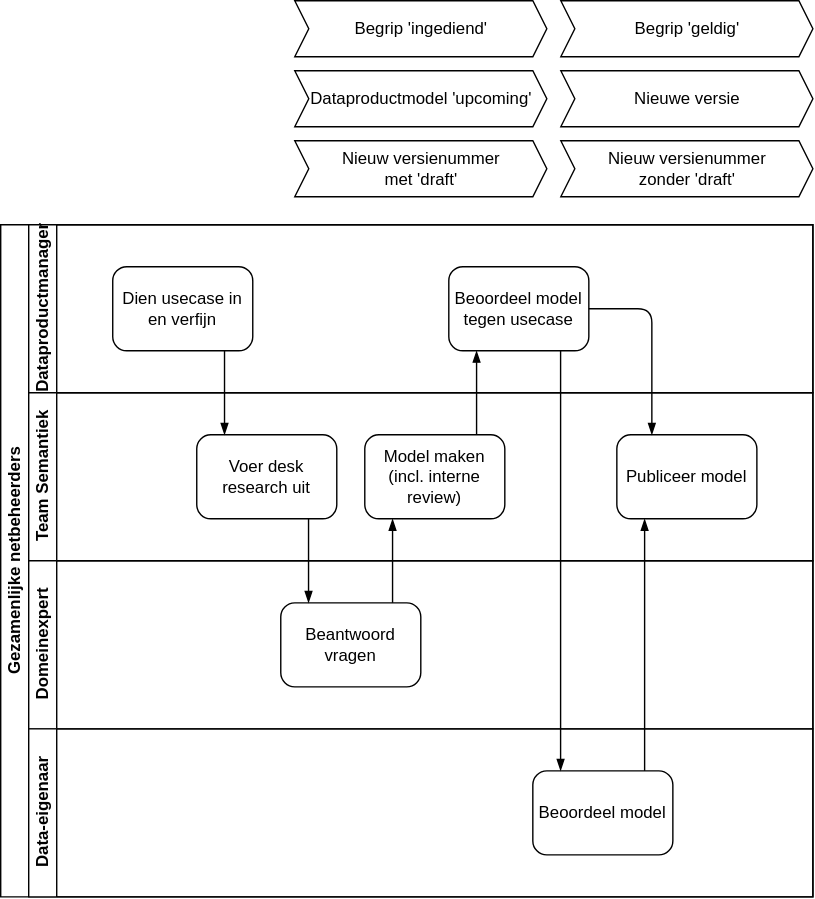
Before: docs/assets/images/proces.drawio.svg, a diagram exported from draw.io (Netbeheer-Nederland/stelsel). Source tidied: cells renumbered, new cells last; positions are measured from the earlier drawing's top-left corner, leaving out a move shared by most shapes.
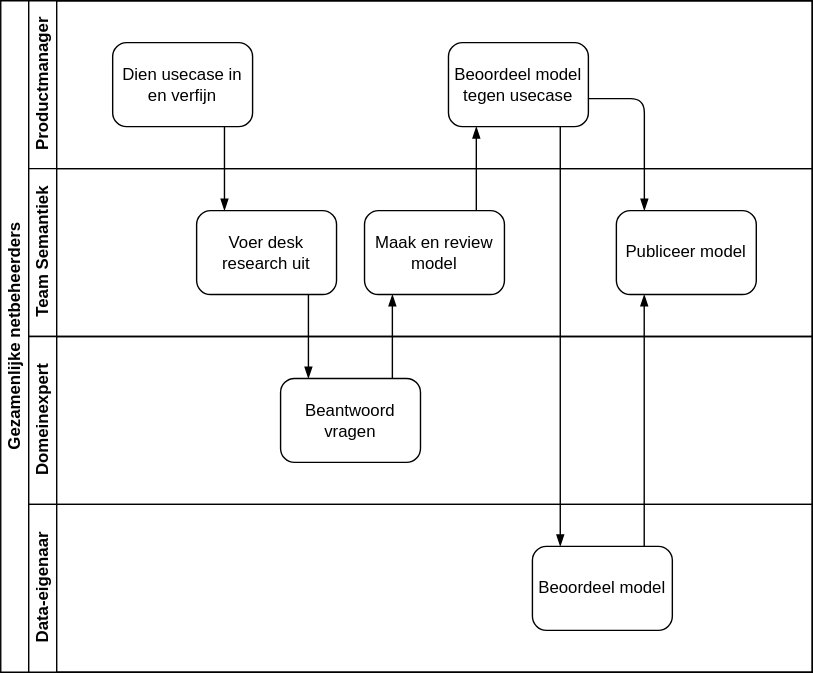
Later version of the same file.

Commit message:
proces opgeruimd

Change to the diagram source:
```diff
@@ -5,7 +5,7 @@
     <mxCell id="2" value="Gezamenlijke netbeheerders" style="swimlane;html=1;horizontal=0;startSize=20;whiteSpace=wrap;strokeColor=default;" parent="1" vertex="1">
       <mxGeometry y="160" width="580" height="480" as="geometry" />
     </mxCell>
-    <mxCell id="3" value="Dataproductmanager" style="swimlane;html=1;startSize=20;horizontal=0;strokeColor=default;" parent="2" vertex="1">
+    <mxCell id="3" value="Productmanager" style="swimlane;html=1;startSize=20;horizontal=0;strokeColor=default;" parent="2" vertex="1">
       <mxGeometry x="20" width="560" height="120" as="geometry" />
     </mxCell>
     <mxCell id="4" value="Dien usecase in en verfijn" style="points=[[0.25,0,0],[0.5,0,0],[0.75,0,0],[1,0.25,0],[1,0.5,0],[1,0.75,0],[0.75,1,0],[0.5,1,0],[0.25,1,0],[0,0.75,0],[0,0.5,0],[0,0.25,0]];shape=mxgraph.bpmn.task;whiteSpace=wrap;rectStyle=rounded;size=10;html=1;taskMarker=abstract;spacing=5;strokeColor=default;" parent="3" vertex="1">
@@ -20,7 +20,7 @@
     <mxCell id="7" value="Voer desk research uit" style="points=[[0.25,0,0],[0.5,0,0],[0.75,0,0],[1,0.25,0],[1,0.5,0],[1,0.75,0],[0.75,1,0],[0.5,1,0],[0.25,1,0],[0,0.75,0],[0,0.5,0],[0,0.25,0]];shape=mxgraph.bpmn.task;whiteSpace=wrap;rectStyle=rounded;size=10;html=1;taskMarker=abstract;spacing=5;strokeColor=default;" parent="6" vertex="1">
       <mxGeometry x="120" y="30" width="100" height="60" as="geometry" />
     </mxCell>
-    <mxCell id="8" value="Model maken (incl. interne review)" style="points=[[0.25,0,0],[0.5,0,0],[0.75,0,0],[1,0.25,0],[1,0.5,0],[1,0.75,0],[0.75,1,0],[0.5,1,0],[0.25,1,0],[0,0.75,0],[0,0.5,0],[0,0.25,0]];shape=mxgraph.bpmn.task;whiteSpace=wrap;rectStyle=rounded;size=10;html=1;taskMarker=abstract;spacing=5;strokeColor=default;" parent="6" vertex="1">
+    <mxCell id="8" value="Maak en review model" style="points=[[0.25,0,0],[0.5,0,0],[0.75,0,0],[1,0.25,0],[1,0.5,0],[1,0.75,0],[0.75,1,0],[0.5,1,0],[0.25,1,0],[0,0.75,0],[0,0.5,0],[0,0.25,0]];shape=mxgraph.bpmn.task;whiteSpace=wrap;rectStyle=rounded;size=10;html=1;taskMarker=abstract;spacing=5;strokeColor=default;" parent="6" vertex="1">
       <mxGeometry x="240" y="30" width="100" height="60" as="geometry" />
     </mxCell>
     <mxCell id="9" value="Publiceer model" style="points=[[0.25,0,0],[0.5,0,0],[0.75,0,0],[1,0.25,0],[1,0.5,0],[1,0.75,0],[0.75,1,0],[0.5,1,0],[0.25,1,0],[0,0.75,0],[0,0.5,0],[0,0.25,0]];shape=mxgraph.bpmn.task;whiteSpace=wrap;rectStyle=rounded;size=10;html=1;taskMarker=abstract;spacing=5;strokeColor=default;" parent="6" vertex="1">
@@ -50,38 +50,18 @@
     <mxCell id="17" style="edgeStyle=elbowEdgeStyle;fontSize=12;html=1;endArrow=blockThin;endFill=1;strokeColor=default;" parent="2" edge="1" source="8" target="5">
       <mxGeometry relative="1" as="geometry" />
     </mxCell>
-    <mxCell id="18" style="edgeStyle=elbowEdgeStyle;fontSize=12;html=1;endArrow=blockThin;endFill=1;strokeColor=default;" parent="2" edge="1" source="5">
-      <mxGeometry relative="1" as="geometry">
-        <mxPoint x="400" y="390" as="targetPoint" />
-      </mxGeometry>
+    <mxCell id="18" style="edgeStyle=elbowEdgeStyle;fontSize=12;html=1;endArrow=blockThin;endFill=1;strokeColor=default;" parent="2" edge="1" source="5" target="13">
+      <mxGeometry relative="1" as="geometry" />
     </mxCell>
     <mxCell id="19" style="edgeStyle=elbowEdgeStyle;fontSize=12;html=1;endArrow=blockThin;endFill=1;strokeColor=default;" parent="2" edge="1" source="13" target="9">
       <mxGeometry relative="1" as="geometry" />
     </mxCell>
-    <mxCell id="20" style="edgeStyle=elbowEdgeStyle;fontSize=12;html=1;endArrow=blockThin;endFill=1;strokeColor=default;entryX=0.25;entryY=0;entryDx=0;entryDy=0;entryPerimeter=0;" parent="2" edge="1" source="5" target="9">
+    <mxCell id="20" style="edgeStyle=elbowEdgeStyle;fontSize=12;html=1;endArrow=blockThin;endFill=1;strokeColor=default;" parent="2" edge="1" source="5" target="9">
       <mxGeometry relative="1" as="geometry">
         <Array as="points">
-          <mxPoint x="465" y="100" />
+          <mxPoint x="460" y="70" />
         </Array>
       </mxGeometry>
     </mxCell>
-    <mxCell id="21" value="&lt;font&gt;Nieuw versienummer&lt;/font&gt;&lt;div&gt;&lt;font&gt;met 'draft'&lt;/font&gt;&lt;/div&gt;" style="html=1;shadow=0;dashed=0;align=center;verticalAlign=middle;shape=mxgraph.arrows2.arrow;dy=0;dx=10;notch=10;strokeColor=default;" parent="1" vertex="1">
-      <mxGeometry x="210" y="100" width="180" height="40" as="geometry" />
-    </mxCell>
-    <mxCell id="22" value="&lt;font&gt;Nieuw versienummer&lt;/font&gt;&lt;div&gt;&lt;font&gt;zonder 'draft'&lt;/font&gt;&lt;/div&gt;" style="html=1;shadow=0;dashed=0;align=center;verticalAlign=middle;shape=mxgraph.arrows2.arrow;dy=0;dx=10;notch=10;strokeColor=default;" parent="1" vertex="1">
-      <mxGeometry x="400" y="100" width="180" height="40" as="geometry" />
-    </mxCell>
-    <mxCell id="23" value="Dataproductmodel 'upcoming'" style="html=1;shadow=0;dashed=0;align=center;verticalAlign=middle;shape=mxgraph.arrows2.arrow;dy=0;dx=10;notch=10;strokeColor=default;" parent="1" vertex="1">
-      <mxGeometry x="210" y="50" width="180" height="40" as="geometry" />
-    </mxCell>
-    <mxCell id="24" value="Nieuwe versie" style="html=1;shadow=0;dashed=0;align=center;verticalAlign=middle;shape=mxgraph.arrows2.arrow;dy=0;dx=10;notch=10;strokeColor=default;" parent="1" vertex="1">
-      <mxGeometry x="400" y="50" width="180" height="40" as="geometry" />
-    </mxCell>
-    <mxCell id="25" value="Begrip 'ingediend'" style="html=1;shadow=0;dashed=0;align=center;verticalAlign=middle;shape=mxgraph.arrows2.arrow;dy=0;dx=10;notch=10;strokeColor=default;" parent="1" vertex="1">
-      <mxGeometry x="210" width="180" height="40" as="geometry" />
-    </mxCell>
-    <mxCell id="26" value="Begrip 'geldig'" style="html=1;shadow=0;dashed=0;align=center;verticalAlign=middle;shape=mxgraph.arrows2.arrow;dy=0;dx=10;notch=10;strokeColor=default;" parent="1" vertex="1">
-      <mxGeometry x="400" width="180" height="40" as="geometry" />
-    </mxCell>
   </root>
 </mxGraphModel>
```
